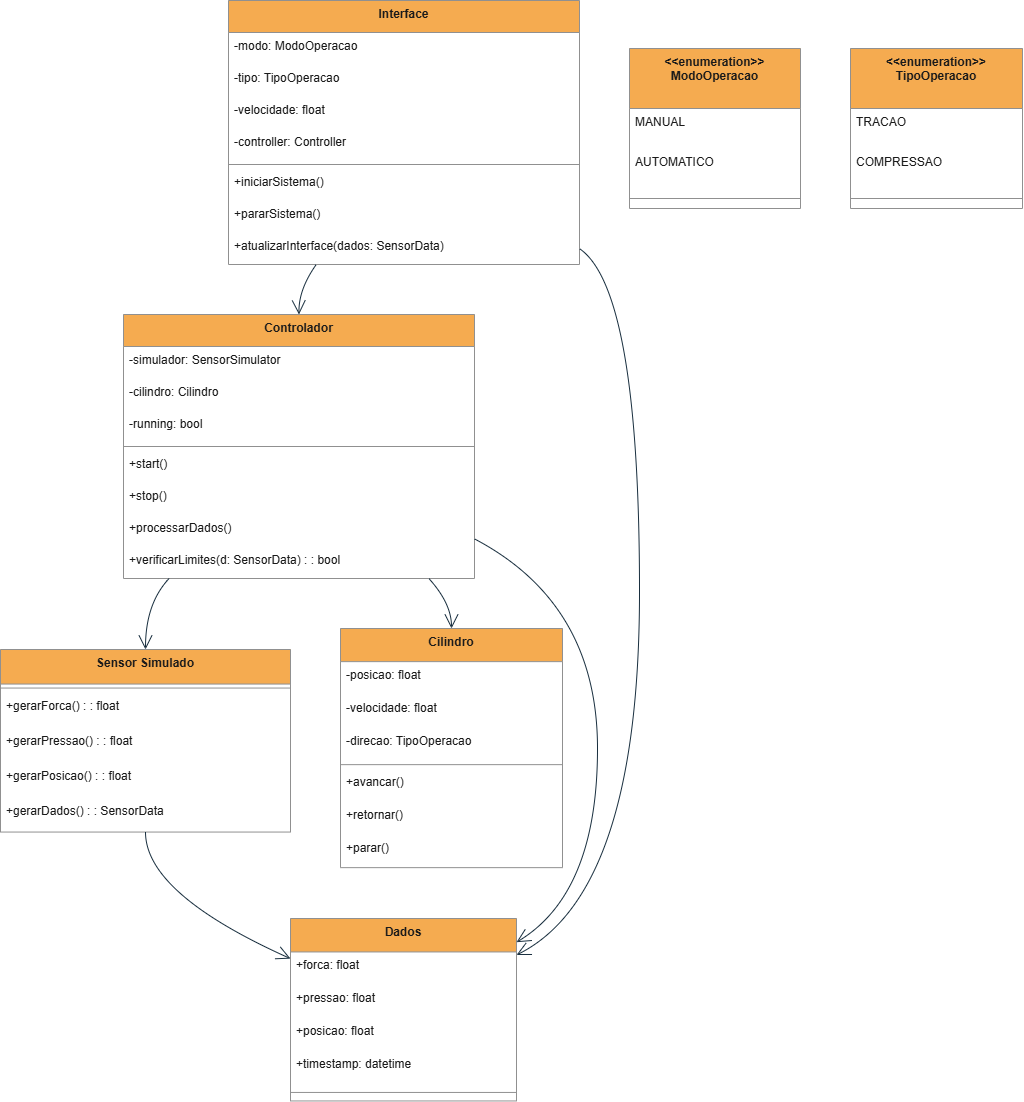
This is docs/UML/Diagrama_Classe_R00.png from lorenzonia/project_POO_Lorenzoni, a draw.io export, as it was before one commit. Source tidied: cells renumbered, new cells last; positions are measured from the earlier drawing's top-left corner, leaving out a move shared by most shapes.
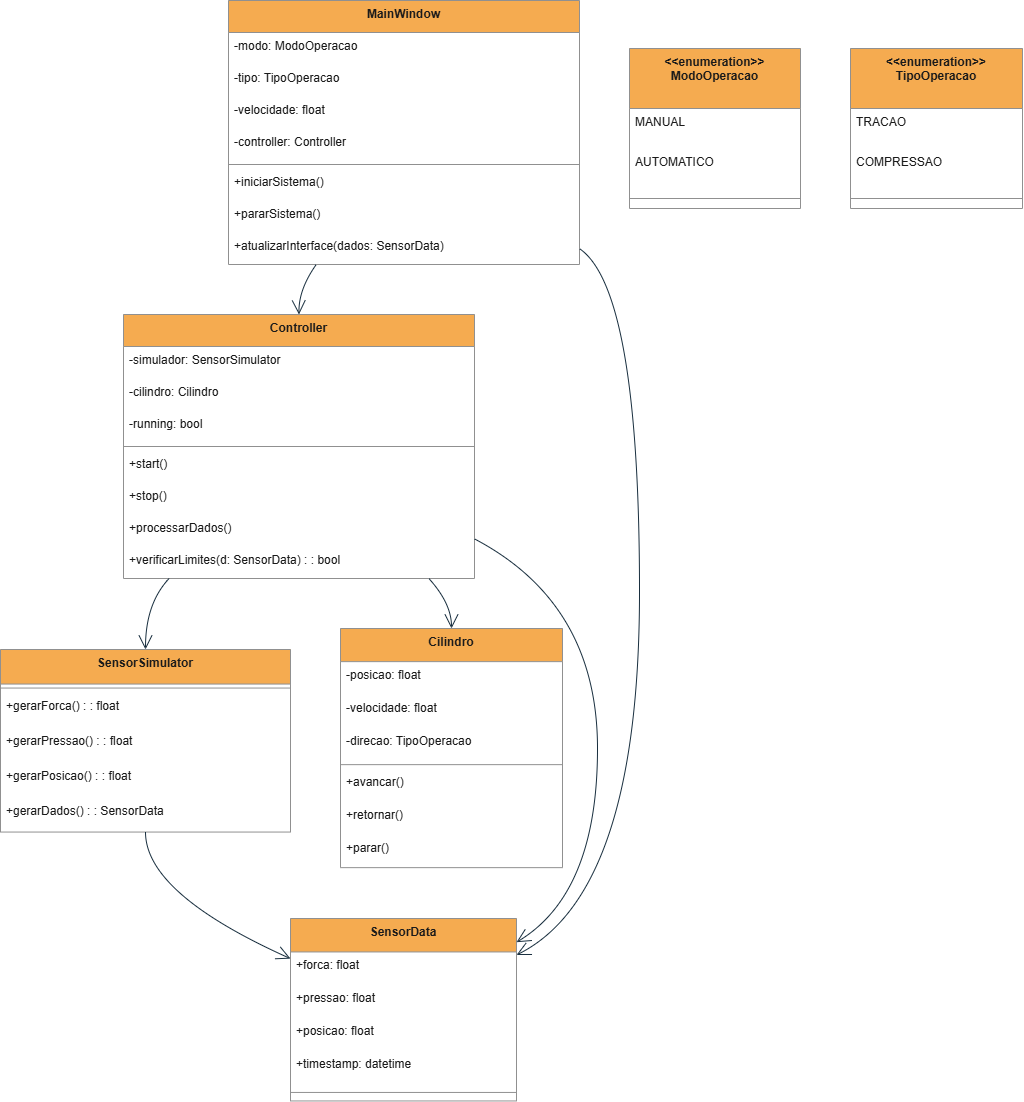
The same diagram one commit later.

What changed in the source:
```diff
@@ -2,7 +2,7 @@
   <root>
     <mxCell id="0" />
     <mxCell id="1" parent="0" />
-    <mxCell id="2" value="Interface" style="swimlane;fontStyle=1;align=center;verticalAlign=top;horizontal=1;startSize=32;labelBackgroundColor=none;labelBorderColor=none;textShadow=0;rounded=0;fontColor=#1A1A1A;fillColor=#F5AB50;strokeColor=#909090;" parent="1" vertex="1">
+    <mxCell id="2" value="MainWindow" style="swimlane;fontStyle=1;align=center;verticalAlign=top;horizontal=1;startSize=32;labelBackgroundColor=none;labelBorderColor=none;textShadow=0;rounded=0;fontColor=#1A1A1A;fillColor=#F5AB50;strokeColor=#909090;" parent="1" vertex="1">
       <mxGeometry x="228" width="351" height="264" as="geometry" />
     </mxCell>
     <mxCell id="3" value="-modo: ModoOperacao" style="text;strokeColor=none;fillColor=none;align=left;verticalAlign=top;spacingLeft=4;spacingRight=4;overflow=hidden;labelBackgroundColor=none;labelBorderColor=none;textShadow=0;rounded=0;fontColor=#1A1A1A;" parent="2" vertex="1">
@@ -29,7 +29,7 @@
     <mxCell id="10" value="+atualizarInterface(dados: SensorData)" style="text;strokeColor=none;fillColor=none;align=left;verticalAlign=top;spacingLeft=4;spacingRight=4;overflow=hidden;rounded=0;labelBackgroundColor=none;fontColor=#1A1A1A;" parent="2" vertex="1">
       <mxGeometry y="232" width="351" height="32" as="geometry" />
     </mxCell>
-    <mxCell id="11" value="Controlador" style="swimlane;fontStyle=1;align=center;verticalAlign=top;horizontal=1;startSize=32;rounded=0;labelBackgroundColor=none;fillColor=#F5AB50;strokeColor=#909090;fontColor=#1A1A1A;" parent="1" vertex="1">
+    <mxCell id="11" value="Controller" style="swimlane;fontStyle=1;align=center;verticalAlign=top;horizontal=1;startSize=32;rounded=0;labelBackgroundColor=none;fillColor=#F5AB50;strokeColor=#909090;fontColor=#1A1A1A;" parent="1" vertex="1">
       <mxGeometry x="123" y="314" width="351" height="264" as="geometry" />
     </mxCell>
     <mxCell id="12" value="-simulador: SensorSimulator" style="text;strokeColor=none;fillColor=none;align=left;verticalAlign=top;spacingLeft=4;spacingRight=4;overflow=hidden;rounded=0;labelBackgroundColor=none;fontColor=#1A1A1A;" parent="11" vertex="1">
@@ -56,7 +56,7 @@
     <mxCell id="19" value="+verificarLimites(d: SensorData) : : bool" style="text;strokeColor=none;fillColor=none;align=left;verticalAlign=top;spacingLeft=4;spacingRight=4;overflow=hidden;rounded=0;labelBackgroundColor=none;fontColor=#1A1A1A;" parent="11" vertex="1">
       <mxGeometry y="232" width="351" height="32" as="geometry" />
     </mxCell>
-    <mxCell id="20" value="Sensor Simulado" style="swimlane;fontStyle=1;align=center;verticalAlign=top;horizontal=1;startSize=34.54545454545455;rounded=0;labelBackgroundColor=none;fillColor=#F5AB50;strokeColor=#909090;fontColor=#1A1A1A;" parent="1" vertex="1">
+    <mxCell id="20" value="SensorSimulator" style="swimlane;fontStyle=1;align=center;verticalAlign=top;horizontal=1;startSize=34.54545454545455;rounded=0;labelBackgroundColor=none;fillColor=#F5AB50;strokeColor=#909090;fontColor=#1A1A1A;" parent="1" vertex="1">
       <mxGeometry y="649" width="290" height="182.5" as="geometry" />
     </mxCell>
     <mxCell id="21" style="line;strokeWidth=1;fillColor=none;align=left;verticalAlign=middle;spacingTop=-1;spacingLeft=3;spacingRight=3;labelPosition=right;rounded=0;labelBackgroundColor=none;strokeColor=#909090;fontColor=#1A1A1A;" parent="20" vertex="1">
@@ -74,7 +74,7 @@
     <mxCell id="25" value="+gerarDados() : : SensorData" style="text;strokeColor=none;fillColor=none;align=left;verticalAlign=top;spacingLeft=4;spacingRight=4;overflow=hidden;rounded=0;labelBackgroundColor=none;fontColor=#1A1A1A;" parent="20" vertex="1">
       <mxGeometry y="147.5" width="290" height="35" as="geometry" />
     </mxCell>
-    <mxCell id="26" value="Dados" style="swimlane;fontStyle=1;align=center;verticalAlign=top;horizontal=1;startSize=33.45454545454545;rounded=0;labelBackgroundColor=none;fillColor=#F5AB50;strokeColor=#909090;fontColor=#1A1A1A;" parent="1" vertex="1">
+    <mxCell id="26" value="SensorData" style="swimlane;fontStyle=1;align=center;verticalAlign=top;horizontal=1;startSize=33.45454545454545;rounded=0;labelBackgroundColor=none;fillColor=#F5AB50;strokeColor=#909090;fontColor=#1A1A1A;" parent="1" vertex="1">
       <mxGeometry x="290" y="918" width="226" height="182.5" as="geometry" />
     </mxCell>
     <mxCell id="27" value="+forca: float" style="text;strokeColor=none;fillColor=none;align=left;verticalAlign=top;spacingLeft=4;spacingRight=4;overflow=hidden;rounded=0;labelBackgroundColor=none;fontColor=#1A1A1A;" parent="26" vertex="1">
```
